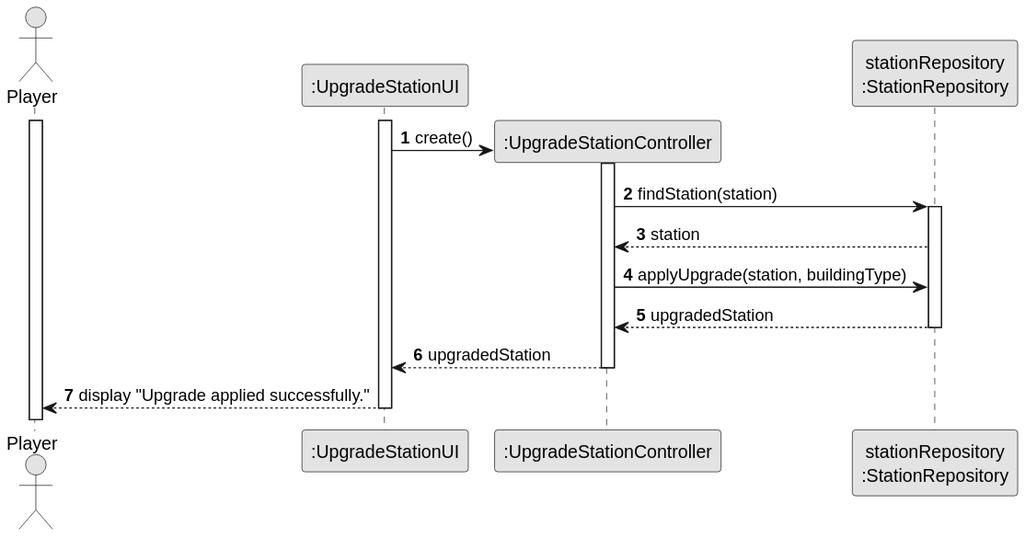
Before: docs/system-documentation/US006/03.design/svg/US006-SD-applyAndSuccess.svg, a diagram exported from PlantUML (goncalolopesp/sem2-pi-24.25-g093-repo). Its diagram source:
```plantuml
@startuml
skinparam monochrome true
skinparam packageStyle rectangle
skinparam shadowing false
autonumber

actor "Player" as Player
participant ":UpgradeStationUI" as UpgradeStationUI


activate Player
activate UpgradeStationUI
create ":UpgradeStationController" as UpgradeStationController
UpgradeStationUI -> UpgradeStationController : create()
activate UpgradeStationController
participant "stationRepository\n:StationRepository" as stationRepository
UpgradeStationController -> stationRepository : findStation(station)
activate stationRepository
stationRepository --> UpgradeStationController : station


UpgradeStationController -> stationRepository : applyUpgrade(station, buildingType)
stationRepository --> UpgradeStationController : upgradedStation
deactivate stationRepository

UpgradeStationController --> UpgradeStationUI : upgradedStation
deactivate UpgradeStationController

UpgradeStationUI --> Player : display "Upgrade applied successfully."
deactivate UpgradeStationUI
@enduml
```
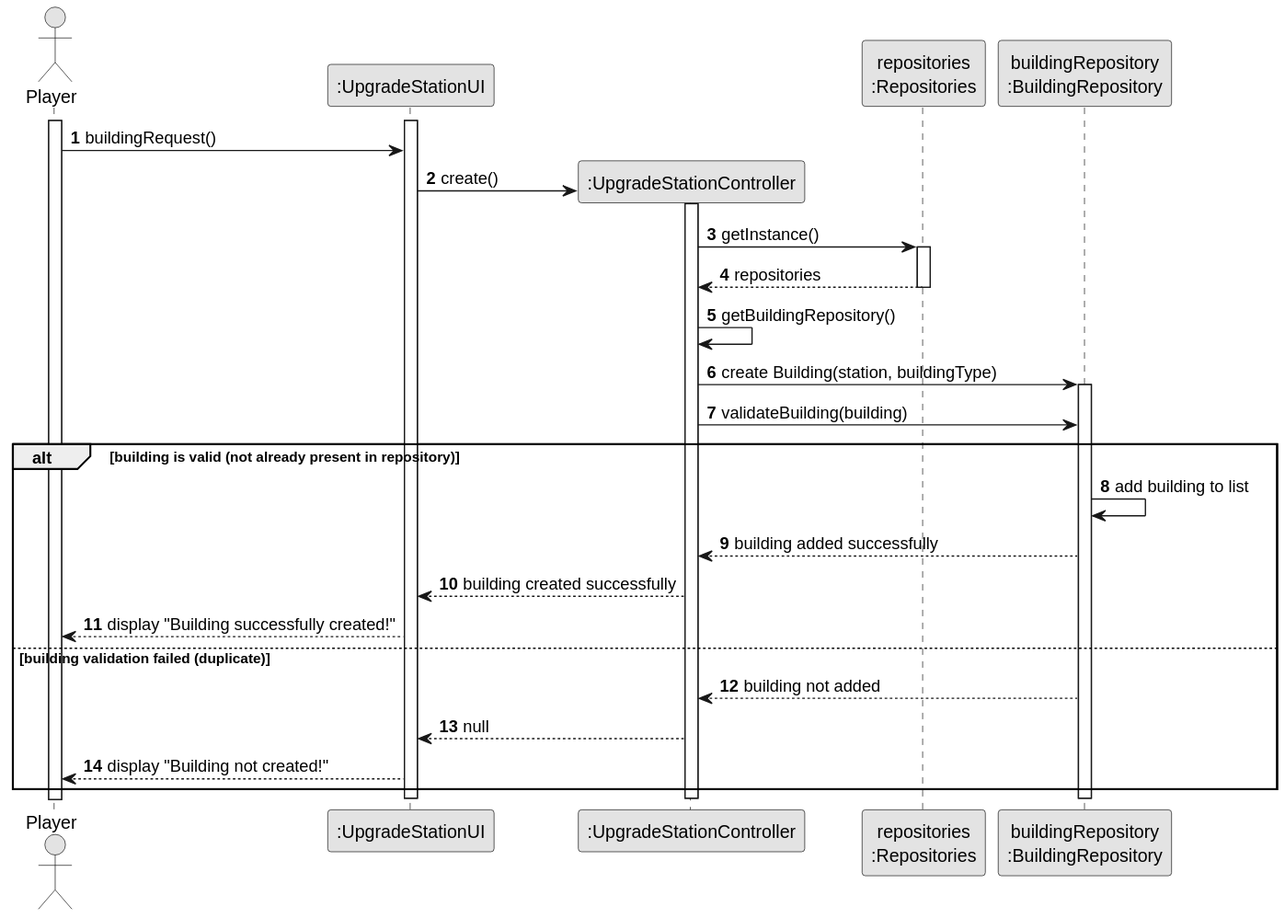
After the change.

What changed in the source:
```diff
@@ -2,30 +2,48 @@
 skinparam monochrome true
 skinparam packageStyle rectangle
 skinparam shadowing false
+
 autonumber
 
 actor "Player" as Player
 participant ":UpgradeStationUI" as UpgradeStationUI
-
+participant ":UpgradeStationController" as UpgradeStationController
+participant "repositories\n:Repositories" as Repo
+participant "buildingRepository\n:BuildingRepository" as BuildingRepository
 
 activate Player
 activate UpgradeStationUI
-create ":UpgradeStationController" as UpgradeStationController
-UpgradeStationUI -> UpgradeStationController : create()
+
+Player -> UpgradeStationUI : buildingRequest()
+create UpgradeStationController
+UpgradeStationUI -> UpgradeStationController  : create()
 activate UpgradeStationController
-participant "stationRepository\n:StationRepository" as stationRepository
-UpgradeStationController -> stationRepository : findStation(station)
-activate stationRepository
-stationRepository --> UpgradeStationController : station
+UpgradeStationController -> Repo : getInstance()
+activate Repo
+Repo --> UpgradeStationController : repositories
+deactivate Repo
 
+UpgradeStationController -> UpgradeStationController : getBuildingRepository()
 
-UpgradeStationController -> stationRepository : applyUpgrade(station, buildingType)
-stationRepository --> UpgradeStationController : upgradedStation
-deactivate stationRepository
+UpgradeStationController -> BuildingRepository : create Building(station, buildingType)
+activate BuildingRepository
+UpgradeStationController -> BuildingRepository : validateBuilding(building)
 
-UpgradeStationController --> UpgradeStationUI : upgradedStation
+alt building is valid (not already present in repository)
+    BuildingRepository -> BuildingRepository : add building to list
+    BuildingRepository --> UpgradeStationController : building added successfully
+
+    UpgradeStationController --> UpgradeStationUI : building created successfully
+    UpgradeStationUI --> Player : display "Building successfully created!"
+
+else building validation failed (duplicate)
+    BuildingRepository --> UpgradeStationController : building not added
+
+    UpgradeStationController --> UpgradeStationUI : null
+    UpgradeStationUI --> Player : display "Building not created!"
+end
+
+deactivate BuildingRepository
 deactivate UpgradeStationController
-
-UpgradeStationUI --> Player : display "Upgrade applied successfully."
 deactivate UpgradeStationUI
 @enduml
```
